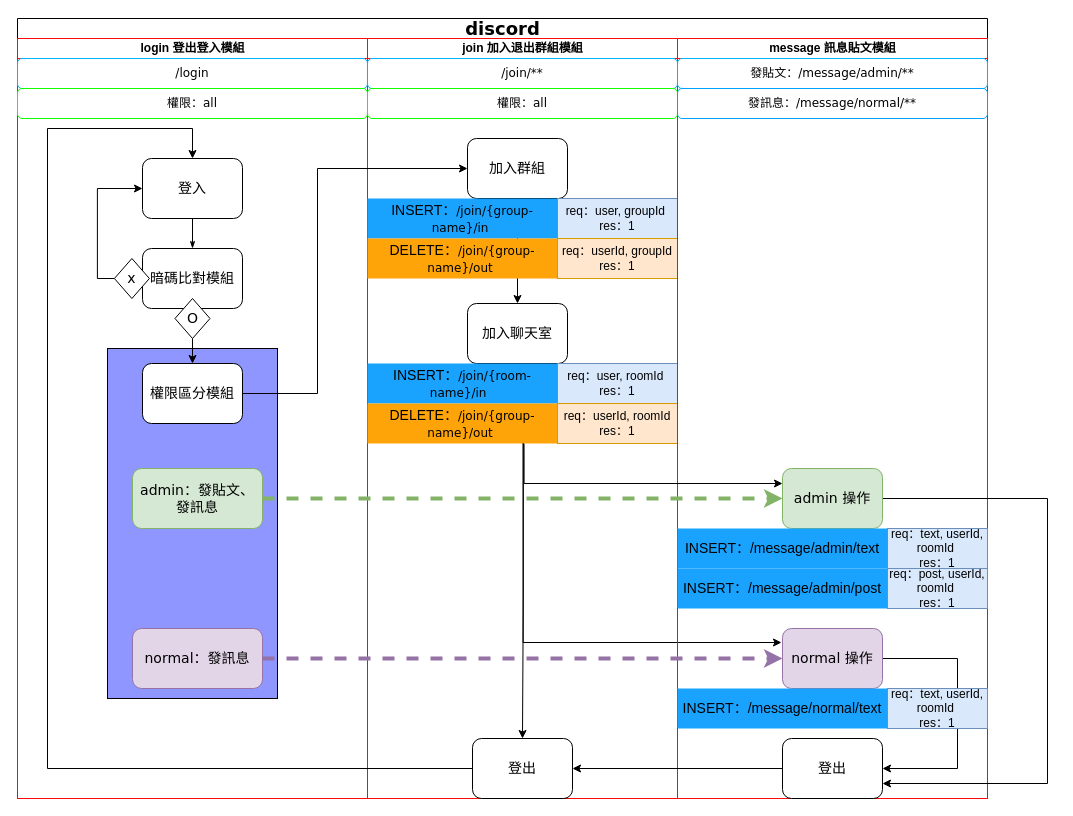
Earlier version of the draw.io diagram uml.drawio (Vinskao/discord). Source tidied: cells renumbered, new cells numbered last; positions are measured from the earlier drawing's top-left corner, leaving out a move shared by most shapes. Both pictures are drawn from the tidied source at 100%, with x=0, y=0 at pixel (17, 18).
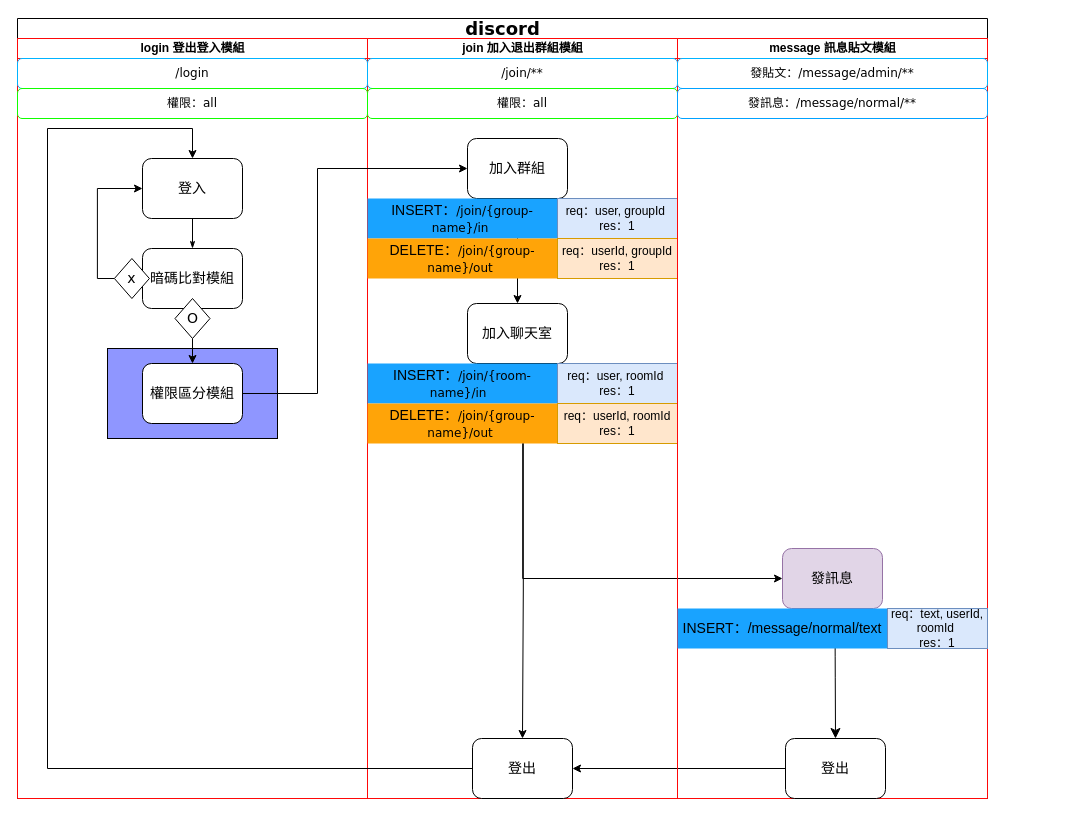
After the change.

The change refers to these unchanged cells:
```xml
<mxCell id="2" value="&lt;font style=&quot;font-size: 18px;&quot;&gt;discord&lt;/font&gt;" style="swimlane;html=1;startSize=20;rounded=0;shadow=0;labelBackgroundColor=none;strokeWidth=1;fontFamily=Verdana;fontSize=8;align=center;" parent="1" vertex="1">
  <mxGeometry width="970" height="780" as="geometry" />
</mxCell>
<mxCell id="3" value="login 登出登入模組" style="swimlane;html=1;startSize=20;strokeColor=#FF0808;" parent="2" vertex="1">
  <mxGeometry y="20" width="350" height="760" as="geometry" />
</mxCell>
<mxCell id="5" value="&lt;font style=&quot;font-size: 14px;&quot;&gt;登入&lt;/font&gt;" style="rounded=1;whiteSpace=wrap;html=1;shadow=0;labelBackgroundColor=none;strokeWidth=1;fontFamily=Verdana;fontSize=8;align=center;" parent="3" vertex="1">
  <mxGeometry x="125" y="120" width="100" height="60" as="geometry" />
</mxCell>
<mxCell id="17" value="join 加入退出群組模組" style="swimlane;html=1;startSize=20;strokeColor=#FF0808;" parent="2" vertex="1">
  <mxGeometry x="350" y="20" width="310" height="760" as="geometry" />
</mxCell>
<mxCell id="28" value="&lt;div&gt;&lt;span style=&quot;font-size: 14px;&quot;&gt;DELETE：&lt;/span&gt;&lt;span style=&quot;font-family: Verdana; background-color: initial;&quot;&gt;/join/{group-name}/out&lt;/span&gt;&lt;span style=&quot;font-size: 14px; background-color: initial;&quot;&gt;&amp;nbsp;&lt;/span&gt;&lt;/div&gt;" style="shape=process;whiteSpace=wrap;html=1;backgroundOutline=1;fillColor=#FFA408;strokeColor=none;" parent="17" vertex="1">
  <mxGeometry y="365" width="190" height="40" as="geometry" />
</mxCell>
<mxCell id="29" value="&lt;span style=&quot;font-size: 14px;&quot;&gt;登出&lt;/span&gt;" style="rounded=1;whiteSpace=wrap;html=1;shadow=0;labelBackgroundColor=none;strokeWidth=1;fontFamily=Verdana;fontSize=8;align=center;" parent="17" vertex="1">
  <mxGeometry x="105" y="700" width="100" height="60" as="geometry" />
</mxCell>
<mxCell id="38" value="message 訊息貼文模組" style="swimlane;html=1;startSize=20;strokeColor=#FF0808;" parent="2" vertex="1">
  <mxGeometry x="660" y="20" width="310" height="760" as="geometry" />
</mxCell>
```

Diff of the diagram source:
```diff
@@
     <mxCell id="4" style="rounded=0;whiteSpace=wrap;html=1;fillColor=#8F96FF;" parent="3" vertex="1">
-      <mxGeometry x="90" y="310" width="170" height="350" as="geometry" />
+      <mxGeometry x="90" y="310" width="170" height="90" as="geometry" />
     </mxCell>
@@
-    <mxCell id="36" style="edgeStyle=orthogonalEdgeStyle;rounded=0;jettySize=auto;html=1;exitX=0.819;exitY=0.99;exitDx=0;exitDy=0;exitPerimeter=0;entryX=0;entryY=0.25;entryDx=0;entryDy=0;" parent="17" edge="1" source="28">
-      <mxGeometry relative="1" as="geometry">
-        <mxPoint x="414" y="604" as="targetPoint" />
-        <Array as="points">
-          <mxPoint x="156" y="604" />
-        </Array>
-      </mxGeometry>
-    </mxCell>
+    <mxCell id="59" style="edgeStyle=orthogonalEdgeStyle;rounded=0;jettySize=auto;html=1;exitX=0.82;exitY=0.991;exitDx=0;exitDy=0;entryX=0;entryY=0.5;entryDx=0;entryDy=0;exitPerimeter=0;" parent="17" edge="1" target="43">
+      <mxGeometry relative="1" as="geometry">
+        <mxPoint x="155.2" y="405" as="sourcePoint" />
+        <Array as="points">
+          <mxPoint x="155" y="540" />
+        </Array>
+      </mxGeometry>
+    </mxCell>
@@
+    <mxCell id="56" style="edgeStyle=orthogonalEdgeStyle;rounded=0;jettySize=auto;html=1;exitX=0;exitY=0.5;exitDx=0;exitDy=0;entryX=1;entryY=0.5;entryDx=0;entryDy=0;" parent="2" edge="1" source="51" target="29">
+      <mxGeometry relative="1" as="geometry" />
+    </mxCell>
+    <mxCell id="57" style="edgeStyle=orthogonalEdgeStyle;rounded=0;jettySize=auto;html=1;exitX=0;exitY=0.5;exitDx=0;exitDy=0;entryX=0.5;entryY=0;entryDx=0;entryDy=0;" parent="2" edge="1" source="29" target="5">
+      <mxGeometry relative="1" as="geometry">
+        <Array as="points">
+          <mxPoint x="30" y="750" />
+          <mxPoint x="30" y="110" />
+          <mxPoint x="175" y="110" />
+        </Array>
+      </mxGeometry>
+    </mxCell>
@@
+    <mxCell id="60" style="edgeStyle=none;curved=1;rounded=0;jettySize=auto;html=1;exitX=0.75;exitY=0;exitDx=0;exitDy=0;entryX=0.5;entryY=0;entryDx=0;entryDy=0;fontSize=12;startSize=8;endSize=8;" parent="38" edge="1" source="50" target="51">
+      <mxGeometry relative="1" as="geometry" />
+    </mxCell>
@@
-    <mxCell id="41" value="&lt;font style=&quot;font-size: 14px;&quot;&gt;normal：發訊息&lt;/font&gt;" style="rounded=1;whiteSpace=wrap;html=1;shadow=0;labelBackgroundColor=none;strokeWidth=1;fontFamily=Verdana;fontSize=8;align=center;fillColor=#e1d5e7;strokeColor=#9673a6;" parent="38" vertex="1">
-      <mxGeometry x="-545" y="590" width="130" height="60" as="geometry" />
-    </mxCell>
-    <mxCell id="42" style="edgeStyle=orthogonalEdgeStyle;rounded=0;jettySize=auto;html=1;exitX=1;exitY=0.5;exitDx=0;exitDy=0;entryX=1;entryY=0.5;entryDx=0;entryDy=0;fillColor=#e1d5e7;strokeColor=#000000;strokeWidth=1;" parent="38" edge="1" source="43" target="51">
-      <mxGeometry relative="1" as="geometry">
-        <Array as="points">
-          <mxPoint x="280" y="620" />
-          <mxPoint x="280" y="730" />
-        </Array>
-      </mxGeometry>
-    </mxCell>
-    <mxCell id="43" value="&lt;font style=&quot;font-size: 14px;&quot;&gt;normal 操作&lt;/font&gt;" style="rounded=1;whiteSpace=wrap;html=1;shadow=0;labelBackgroundColor=none;strokeWidth=1;fontFamily=Verdana;fontSize=8;align=center;fillColor=#e1d5e7;strokeColor=#9673a6;" parent="38" vertex="1">
-      <mxGeometry x="105" y="590" width="100" height="60" as="geometry" />
+    <mxCell id="43" value="&lt;span style=&quot;font-size: 14px;&quot;&gt;發訊息&lt;/span&gt;" style="rounded=1;whiteSpace=wrap;html=1;shadow=0;labelBackgroundColor=none;strokeWidth=1;fontFamily=Verdana;fontSize=8;align=center;fillColor=#e1d5e7;strokeColor=#9673a6;" parent="38" vertex="1">
+      <mxGeometry x="105" y="510" width="100" height="60" as="geometry" />
     </mxCell>
-    <mxCell id="44" style="edgeStyle=orthogonalEdgeStyle;rounded=0;jettySize=auto;html=1;exitX=1;exitY=0.5;exitDx=0;exitDy=0;entryX=1;entryY=0.75;entryDx=0;entryDy=0;fillColor=#d5e8d4;strokeColor=#000000;strokeWidth=1;" parent="38" edge="1" source="45" target="51">
-      <mxGeometry relative="1" as="geometry">
-        <Array as="points">
-          <mxPoint x="370" y="460" />
-          <mxPoint x="370" y="745" />
-        </Array>
-      </mxGeometry>
-    </mxCell>
-    <mxCell id="45" value="&lt;span style=&quot;font-size: 14px;&quot;&gt;admin 操作&lt;/span&gt;" style="rounded=1;whiteSpace=wrap;html=1;shadow=0;labelBackgroundColor=none;strokeWidth=1;fontFamily=Verdana;fontSize=8;align=center;fillColor=#d5e8d4;strokeColor=#82b366;" parent="38" vertex="1">
-      <mxGeometry x="105" y="430" width="100" height="60" as="geometry" />
-    </mxCell>
-    <mxCell id="46" value="&lt;font style=&quot;font-size: 14px;&quot;&gt;admin：發貼文、&lt;/font&gt;&lt;div&gt;&lt;font style=&quot;font-size: 14px;&quot;&gt;發訊息&lt;/font&gt;&lt;/div&gt;" style="rounded=1;whiteSpace=wrap;html=1;shadow=0;labelBackgroundColor=none;strokeWidth=1;fontFamily=Verdana;fontSize=8;align=center;fillColor=#d5e8d4;strokeColor=#82b366;" parent="38" vertex="1">
-      <mxGeometry x="-545" y="430" width="130" height="60" as="geometry" />
-    </mxCell>
-    <mxCell id="47" style="edgeStyle=orthogonalEdgeStyle;rounded=0;jettySize=auto;html=1;exitX=1;exitY=0.5;exitDx=0;exitDy=0;entryX=0;entryY=0.5;entryDx=0;entryDy=0;fillColor=#e1d5e7;strokeColor=#9673a6;strokeWidth=4;dashed=1;" parent="38" edge="1" source="41" target="43">
-      <mxGeometry relative="1" as="geometry" />
-    </mxCell>
-    <mxCell id="48" style="edgeStyle=orthogonalEdgeStyle;rounded=0;jettySize=auto;html=1;exitX=1;exitY=0.5;exitDx=0;exitDy=0;entryX=0;entryY=0.5;entryDx=0;entryDy=0;fillColor=#d5e8d4;strokeColor=#82b366;strokeWidth=4;dashed=1;" parent="38" edge="1" source="46" target="45">
-      <mxGeometry relative="1" as="geometry" />
-    </mxCell>
-    <mxCell id="49" value="&lt;span style=&quot;font-size: 14px;&quot;&gt;INSERT：/message/admin/post&lt;/span&gt;" style="shape=process;whiteSpace=wrap;html=1;backgroundOutline=1;fillColor=#19A3FF;strokeColor=none;" parent="38" vertex="1">
-      <mxGeometry y="530" width="210" height="40" as="geometry" />
-    </mxCell>
     <mxCell id="50" value="&lt;span style=&quot;font-size: 14px;&quot;&gt;INSERT：/message/normal/text&lt;/span&gt;" style="shape=process;whiteSpace=wrap;html=1;backgroundOutline=1;fillColor=#19A3FF;strokeColor=none;" parent="38" vertex="1">
-      <mxGeometry y="650" width="210" height="40" as="geometry" />
+      <mxGeometry y="570" width="210" height="40" as="geometry" />
     </mxCell>
     <mxCell id="51" value="&lt;span style=&quot;font-size: 14px;&quot;&gt;登出&lt;/span&gt;" style="rounded=1;whiteSpace=wrap;html=1;shadow=0;labelBackgroundColor=none;strokeWidth=1;fontFamily=Verdana;fontSize=8;align=center;" parent="38" vertex="1">
-      <mxGeometry x="105" y="700" width="100" height="60" as="geometry" />
+      <mxGeometry x="108" y="700" width="100" height="60" as="geometry" />
     </mxCell>
-    <mxCell id="52" value="req：text, userId, roomId&amp;nbsp;&lt;div&gt;res：1&lt;/div&gt;" style="rounded=0;whiteSpace=wrap;html=1;fillColor=#dae8fc;strokeColor=#6c8ebf;" parent="38" vertex="1">
-      <mxGeometry x="210" y="490" width="100" height="40" as="geometry" />
-    </mxCell>
-    <mxCell id="53" value="&lt;span style=&quot;font-size: 14px;&quot;&gt;INSERT：/message/admin/text&lt;/span&gt;" style="shape=process;whiteSpace=wrap;html=1;backgroundOutline=1;fillColor=#19A3FF;strokeColor=none;" parent="38" vertex="1">
-      <mxGeometry y="490" width="210" height="40" as="geometry" />
-    </mxCell>
-    <mxCell id="54" value="req：post, userId, roomId&amp;nbsp;&lt;div&gt;res：1&lt;/div&gt;" style="rounded=0;whiteSpace=wrap;html=1;fillColor=#dae8fc;strokeColor=#6c8ebf;" parent="38" vertex="1">
-      <mxGeometry x="210" y="530" width="100" height="40" as="geometry" />
-    </mxCell>
     <mxCell id="55" value="req：text, userId, roomId&amp;nbsp;&lt;div&gt;res：1&lt;/div&gt;" style="rounded=0;whiteSpace=wrap;html=1;fillColor=#dae8fc;strokeColor=#6c8ebf;" parent="38" vertex="1">
-      <mxGeometry x="210" y="650" width="100" height="40" as="geometry" />
+      <mxGeometry x="210" y="570" width="100" height="40" as="geometry" />
     </mxCell>
-    <mxCell id="56" style="edgeStyle=orthogonalEdgeStyle;rounded=0;jettySize=auto;html=1;exitX=0;exitY=0.5;exitDx=0;exitDy=0;entryX=1;entryY=0.5;entryDx=0;entryDy=0;" parent="2" edge="1" source="51" target="29">
-      <mxGeometry relative="1" as="geometry" />
-    </mxCell>
-    <mxCell id="57" style="edgeStyle=orthogonalEdgeStyle;rounded=0;jettySize=auto;html=1;exitX=0;exitY=0.5;exitDx=0;exitDy=0;entryX=0.5;entryY=0;entryDx=0;entryDy=0;" parent="2" edge="1" source="29" target="5">
-      <mxGeometry relative="1" as="geometry">
-        <Array as="points">
-          <mxPoint x="30" y="750" />
-          <mxPoint x="30" y="110" />
-          <mxPoint x="175" y="110" />
-        </Array>
-      </mxGeometry>
-    </mxCell>
-    <mxCell id="58" style="edgeStyle=orthogonalEdgeStyle;rounded=0;jettySize=auto;html=1;exitX=0.824;exitY=1.007;exitDx=0;exitDy=0;exitPerimeter=0;entryX=0;entryY=0.25;entryDx=0;entryDy=0;" parent="2" edge="1" source="28" target="45">
-      <mxGeometry relative="1" as="geometry">
-        <Array as="points">
-          <mxPoint x="507" y="465" />
-        </Array>
-      </mxGeometry>
-    </mxCell>
```
